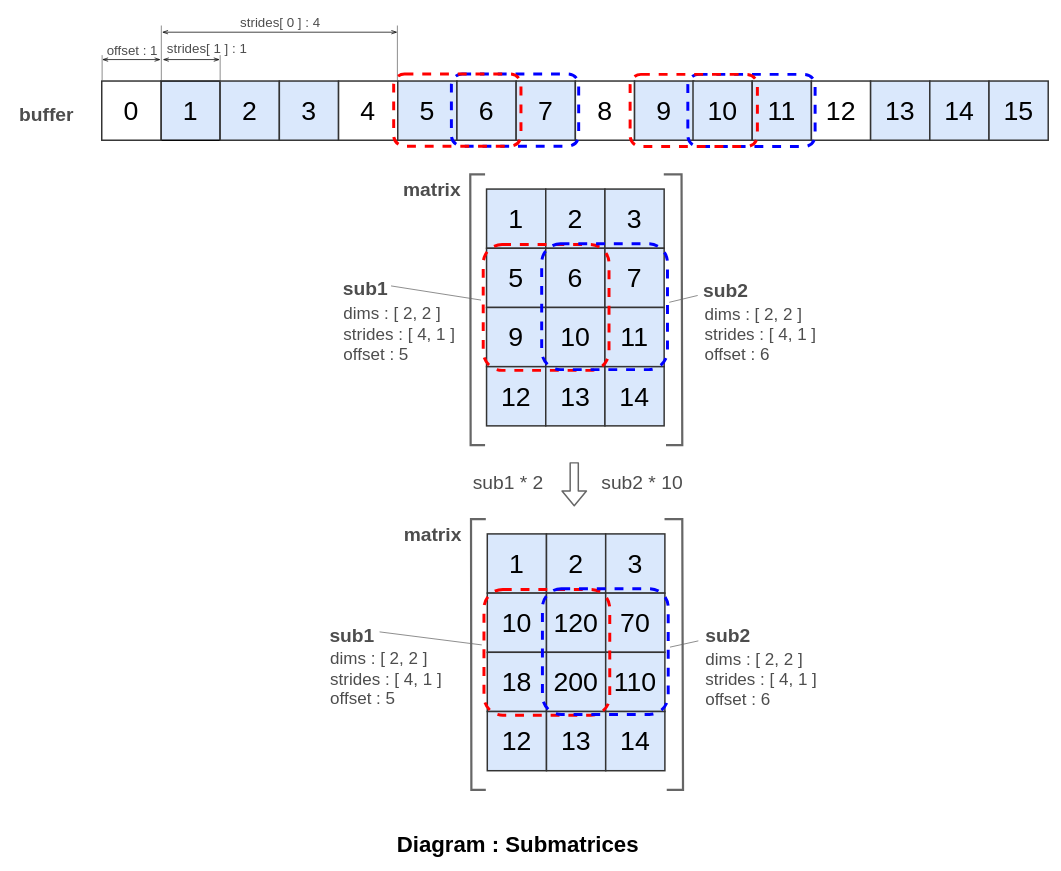
Wandalen/wMathMatrix keeps this draw.io diagram as page "Submatrices" (8 of 8) of doc/img/Matrix.drawio. Above is the earlier version. Source tidied: cells renumbered, new cells numbered last; positions are measured from the earlier drawing's top-left corner, leaving out a move shared by most shapes. Both pictures are drawn from the tidied source at 74%, with x=0, y=0 at pixel (13, 13).
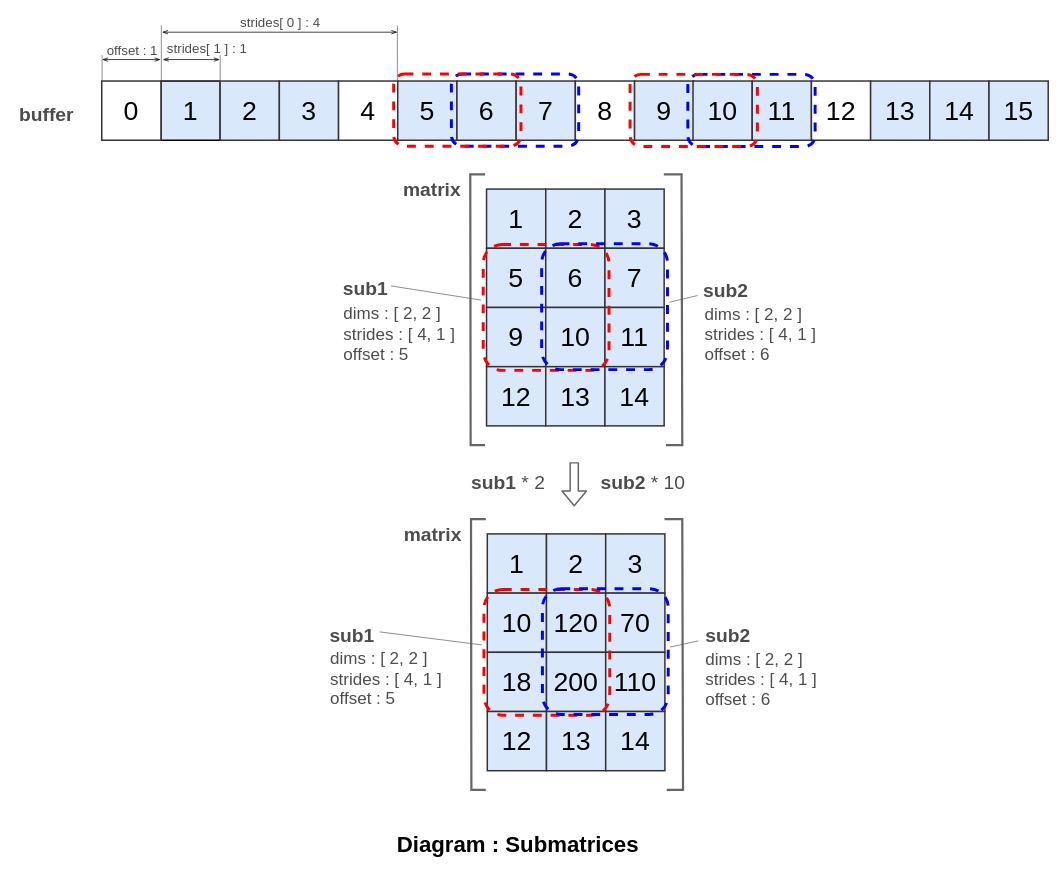
After the change.

Change to the diagram source:
```diff
@@
-    <mxCell id="81" value="sub1 * 2" style="text;html=1;align=center;verticalAlign=middle;fontSize=26;fontColor=#4D4D4D;fontStyle=0;" parent="1" vertex="1">
-      <mxGeometry x="616" y="615" width="105" height="40" as="geometry" />
+    <mxCell id="81" value="&lt;b&gt;sub1&lt;/b&gt; * 2" style="text;html=1;align=center;verticalAlign=middle;fontSize=26;fontColor=#4D4D4D;fontStyle=0;" parent="1" vertex="1">
+      <mxGeometry x="614" y="615" width="110" height="40" as="geometry" />
     </mxCell>
-    <mxCell id="82" value="sub2 * 10" style="text;html=1;align=center;verticalAlign=middle;fontSize=26;fontColor=#4D4D4D;fontStyle=0;" parent="1" vertex="1">
-      <mxGeometry x="790" y="615" width="120" height="40" as="geometry" />
+    <mxCell id="82" value="&lt;b&gt;sub2&lt;/b&gt; * 10" style="text;html=1;align=center;verticalAlign=middle;fontSize=26;fontColor=#4D4D4D;fontStyle=0;" parent="1" vertex="1">
+      <mxGeometry x="788" y="615" width="125" height="40" as="geometry" />
     </mxCell>
```
